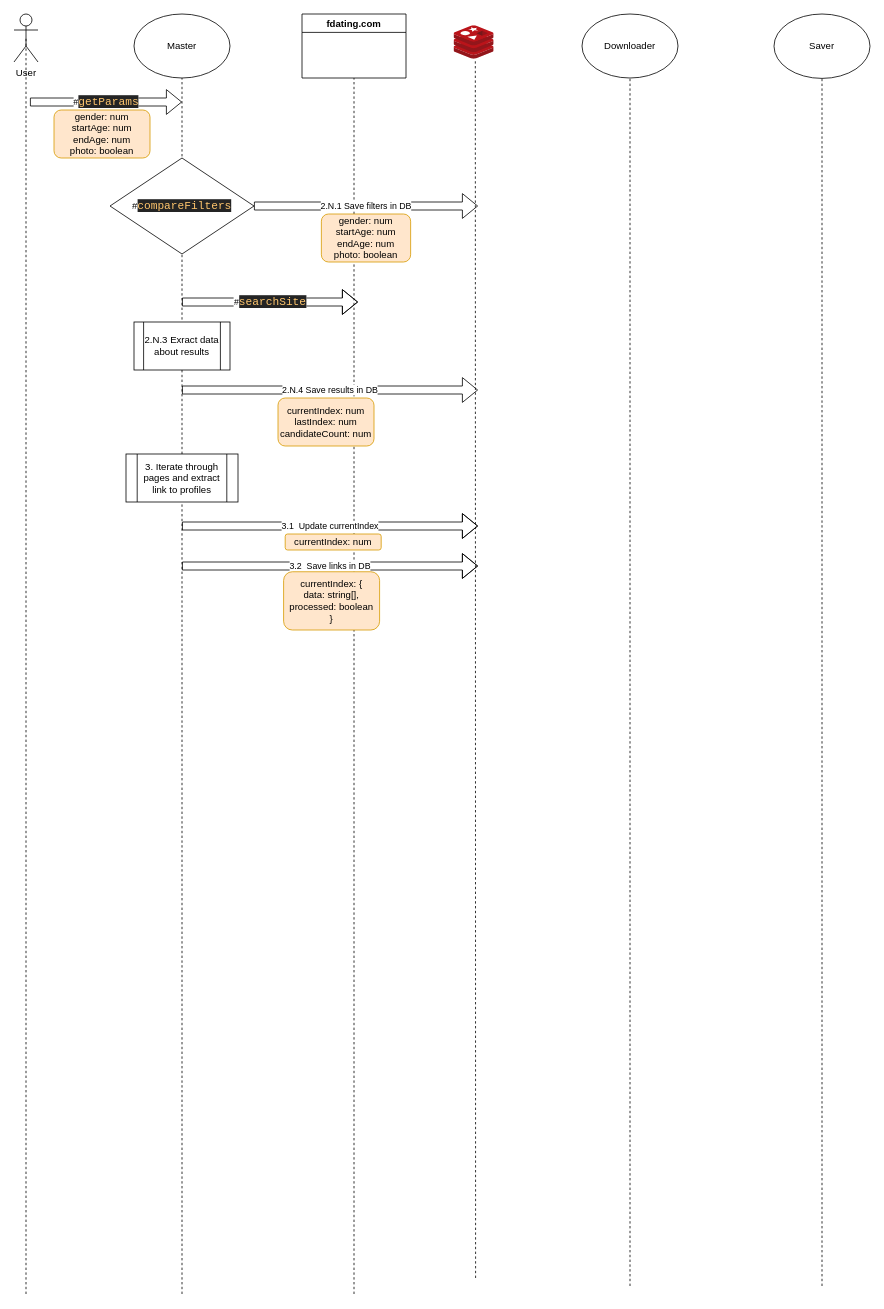
Before: diagrams/architecture.drawio in Kal9Isa/fdating-profile-collector, a draw.io diagram. Source tidied: cells renumbered, new cells numbered last; positions are measured from the earlier drawing's top-left corner, leaving out a move shared by most shapes. Both pictures are drawn from the tidied source at 80%, with x=0, y=0 at pixel (14, 14).
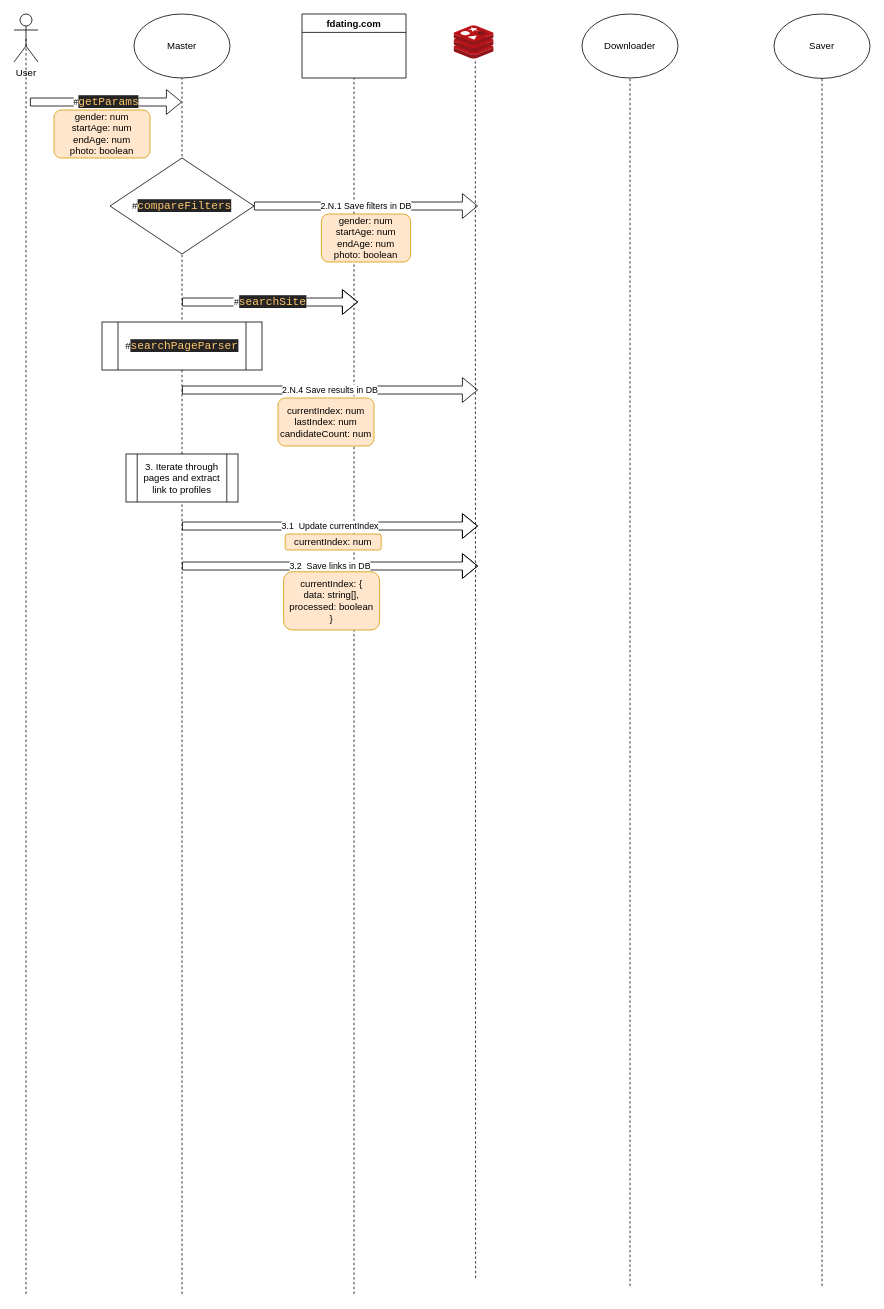
Above is the later version.

Commit message (it also covers changes not shown here):
search page parser data extraction test

What changed in the source:
```diff
@@
-    <mxCell id="22" value="2.N.3 Exract data about results" style="shape=process;whiteSpace=wrap;html=1;backgroundOutline=1;" parent="1" vertex="1">
-      <mxGeometry x="150" y="385" width="120" height="60" as="geometry" />
+    <mxCell id="22" value="#&lt;span style=&quot;color: rgb(255 , 198 , 109) ; background-color: rgb(36 , 36 , 36) ; font-family: &amp;#34;droid sans mono&amp;#34; , monospace , monospace , &amp;#34;droid sans fallback&amp;#34; ; font-size: 14px&quot;&gt;searchPageParser&lt;/span&gt;" style="shape=process;whiteSpace=wrap;html=1;backgroundOutline=1;" parent="1" vertex="1">
+      <mxGeometry x="110" y="385" width="200" height="60" as="geometry" />
     </mxCell>
```
